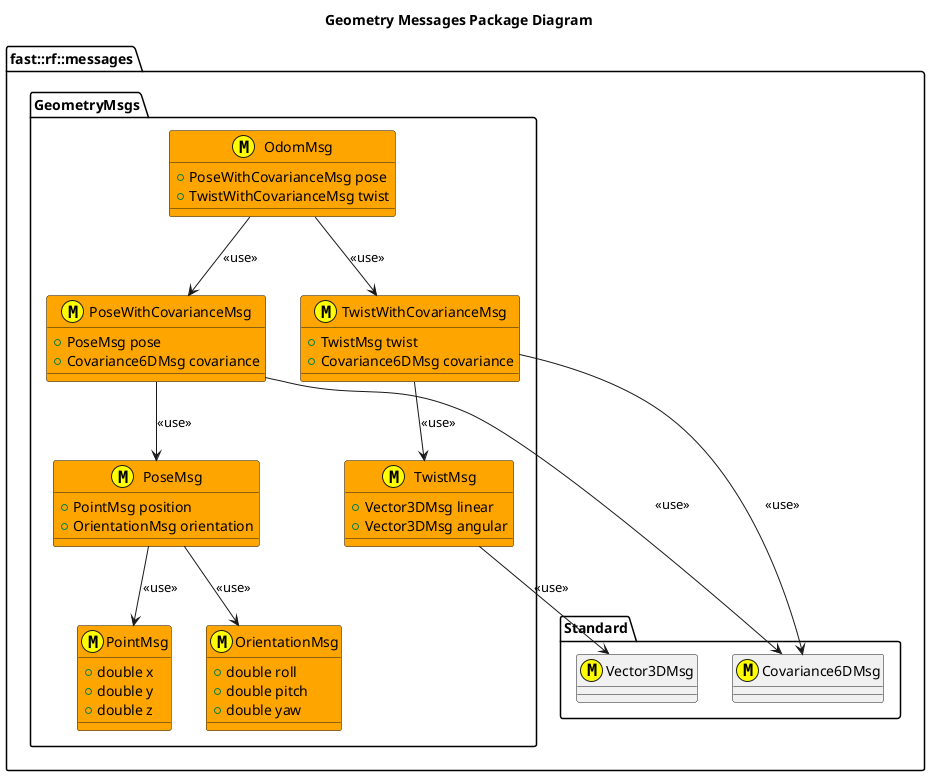
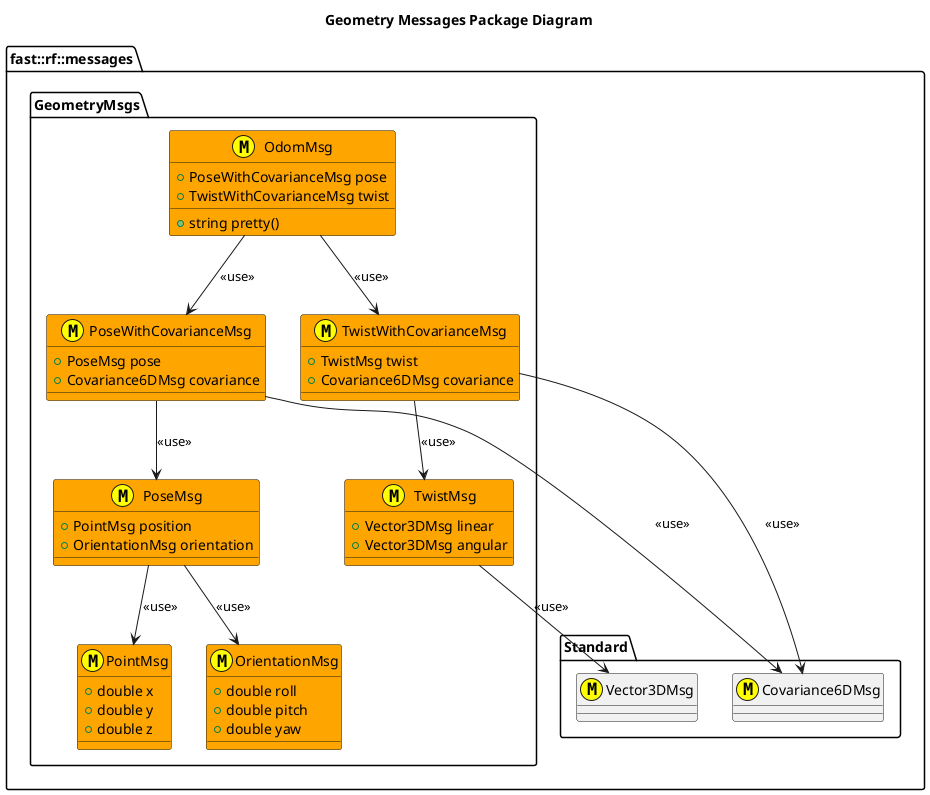
@startuml
title Geometry Messages Package Diagram

namespace fast::rf::messages {
  namespace Standard {
    class Covariance6DMsg <<(M,#FFFF00) >>
    class Vector3DMsg <<(M,#FFFF00) >>
  }

  namespace GeometryMsgs  {
    struct PointMsg <<(M,#FFFF00) >> #Orange {
      +double x
      +double y
      +double z
    }
    struct OrientationMsg <<(M,#FFFF00) >> #Orange {
      +double roll
      +double pitch
      +double yaw
    }
    struct PoseMsg <<(M,#FFFF00)>> #Orange {
      +PointMsg position
      +OrientationMsg orientation

    }
    PoseMsg --> PointMsg: <<use>>
    PoseMsg --> OrientationMsg: <<use>>
    struct PoseWithCovarianceMsg <<(M,#FFFF00)>> #Orange {
      +PoseMsg pose
      +Covariance6DMsg covariance
    }
    PoseWithCovarianceMsg --> Covariance6DMsg: <<use>>
    PoseWithCovarianceMsg --> PoseMsg: <<use>>

    struct TwistMsg <<(M,#FFFF00)>> #Orange {
      +Vector3DMsg linear
      +Vector3DMsg angular
    }
    TwistMsg --> Vector3DMsg: <<use>>

    struct TwistWithCovarianceMsg <<(M,#FFFF00)>> #Orange {
      +TwistMsg twist
      +Covariance6DMsg covariance
    }
    TwistWithCovarianceMsg --> TwistMsg: <<use>>
    TwistWithCovarianceMsg --> Covariance6DMsg: <<use>>

    struct OdomMsg <<(M,#FFFF00)>> #Orange {
+       +string pretty()
      +PoseWithCovarianceMsg pose
      +TwistWithCovarianceMsg twist
    }
    OdomMsg --> PoseWithCovarianceMsg: <<use>>
    OdomMsg --> TwistWithCovarianceMsg: <<use>>
  }

}
@enduml